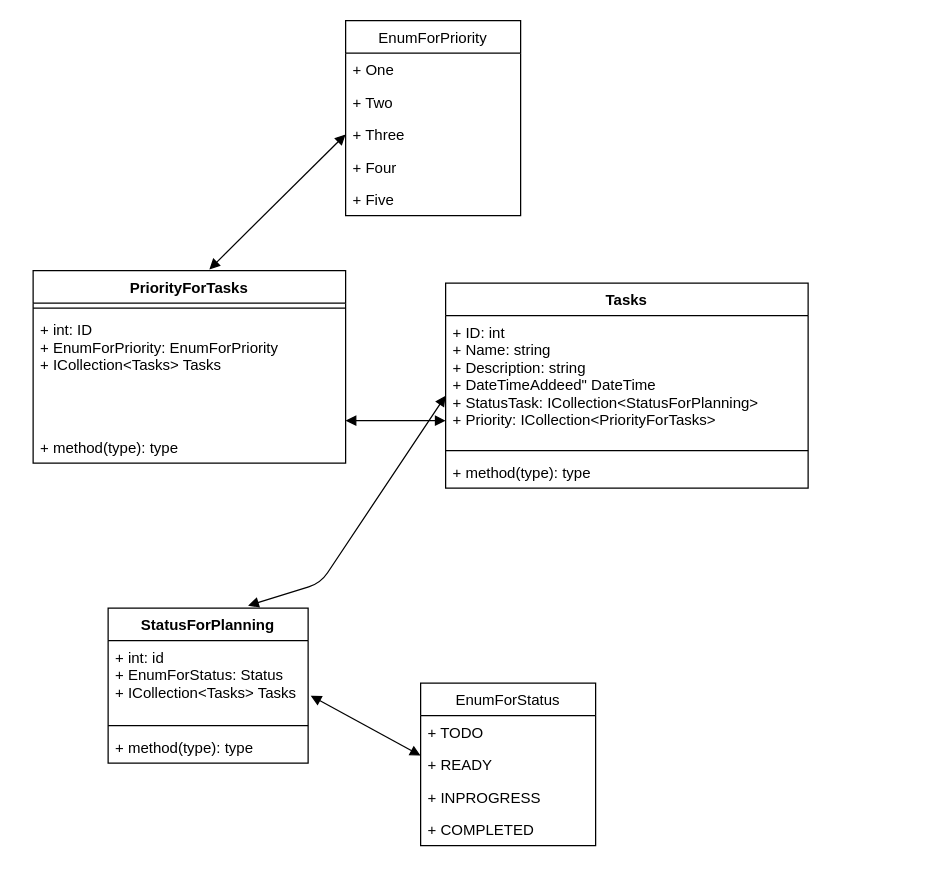
Before: Untitled Diagram.drawio in Lera19/PlanningSystem, a draw.io diagram. Source tidied: cells renumbered, new cells numbered last; positions are measured from the earlier drawing's top-left corner, leaving out a move shared by most shapes. Both pictures are drawn from the tidied source at 125%, with x=0, y=0 at pixel (32, 20).
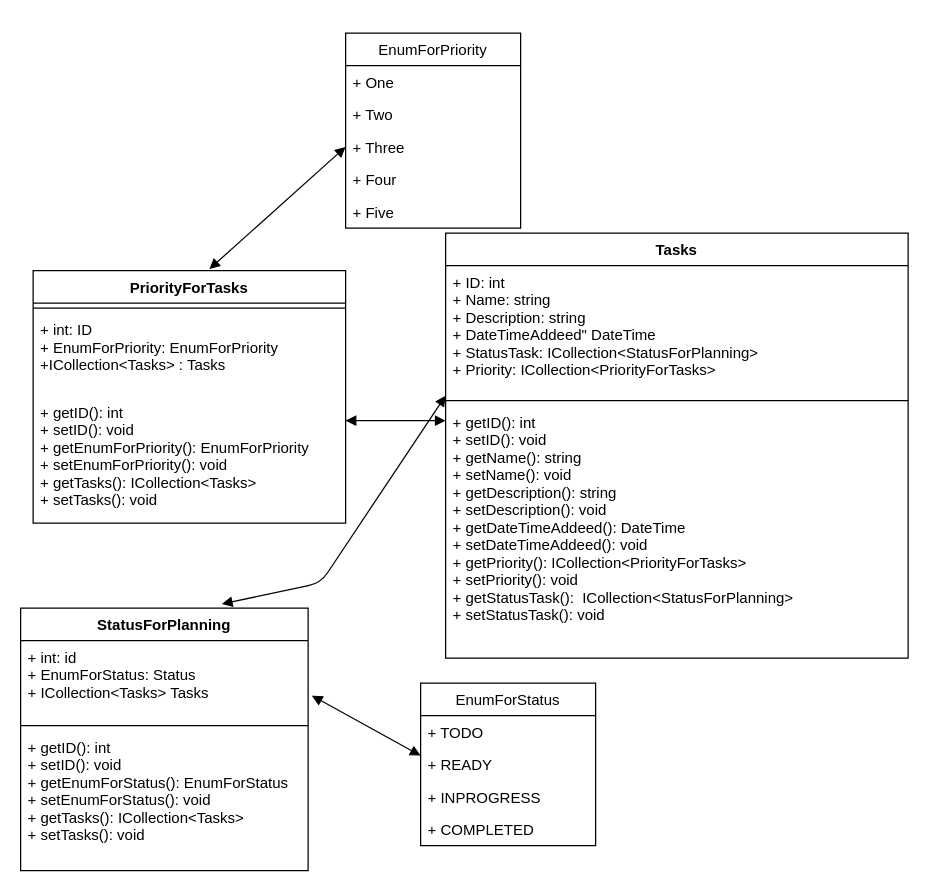
The same page after the edit.

Change to the diagram source:
```diff
@@
     <mxCell id="2" value="PriorityForTasks" style="swimlane;fontStyle=1;align=center;verticalAlign=top;horizontal=1;startSize=26;" parent="1" vertex="1">
-      <mxGeometry y="200" width="250" height="154" as="geometry" />
+      <mxGeometry y="200" width="250" height="202" as="geometry" />
     </mxCell>
@@
-    <mxCell id="4" value="+ int: ID&#10;+ EnumForPriority: EnumForPriority&#10;+ ICollection&lt;Tasks&gt; Tasks&#10;" style="text;strokeColor=none;fillColor=none;align=left;verticalAlign=top;spacingLeft=4;spacingRight=4;overflow=hidden;" parent="2" vertex="1">
-      <mxGeometry y="34" width="250" height="94" as="geometry" />
+    <mxCell id="4" value="+ int: ID&#10;+ EnumForPriority: EnumForPriority&#10;+ICollection&lt;Tasks&gt; : Tasks&#10;" style="text;strokeColor=none;fillColor=none;align=left;verticalAlign=top;spacingLeft=4;spacingRight=4;overflow=hidden;" parent="2" vertex="1">
+      <mxGeometry y="34" width="250" height="66" as="geometry" />
     </mxCell>
-    <mxCell id="5" value="+ method(type): type" style="text;strokeColor=none;fillColor=none;align=left;verticalAlign=top;spacingLeft=4;spacingRight=4;overflow=hidden;" parent="2" vertex="1">
-      <mxGeometry y="128" width="250" height="26" as="geometry" />
+    <mxCell id="5" value="+ getID(): int&#10;+ setID(): void&#10;+ getEnumForPriority(): EnumForPriority&#10;+ setEnumForPriority(): void&#10;+ getTasks(): ICollection&lt;Tasks&gt;&#10;+ setTasks(): void" style="text;strokeColor=none;fillColor=none;align=left;verticalAlign=top;spacingLeft=4;spacingRight=4;overflow=hidden;" parent="2" vertex="1">
+      <mxGeometry y="100" width="250" height="102" as="geometry" />
     </mxCell>
     <mxCell id="6" value="StatusForPlanning" style="swimlane;fontStyle=1;align=center;verticalAlign=top;horizontal=1;startSize=26;" parent="1" vertex="1">
-      <mxGeometry x="60" y="470" width="160" height="124" as="geometry" />
+      <mxGeometry x="-10" y="470" width="230" height="210" as="geometry" />
     </mxCell>
     <mxCell id="7" value="+ int: id&#10;+ EnumForStatus: Status&#10;+ ICollection&lt;Tasks&gt; Tasks" style="text;strokeColor=none;fillColor=none;align=left;verticalAlign=top;spacingLeft=4;spacingRight=4;overflow=hidden;points=[[0,0.5],[1,0.5]];portConstraint=eastwest;" parent="6" vertex="1">
-      <mxGeometry y="26" width="160" height="64" as="geometry" />
+      <mxGeometry y="26" width="230" height="64" as="geometry" />
     </mxCell>
     <mxCell id="8" style="line;strokeWidth=1;fillColor=none;align=left;verticalAlign=middle;spacingTop=-1;spacingLeft=3;spacingRight=3;labelPosition=right;" parent="6" vertex="1">
-      <mxGeometry y="90" width="160" height="8" as="geometry" />
+      <mxGeometry y="90" width="230" height="8" as="geometry" />
     </mxCell>
-    <mxCell id="9" value="+ method(type): type" style="text;strokeColor=none;fillColor=none;align=left;verticalAlign=top;spacingLeft=4;spacingRight=4;overflow=hidden;" parent="6" vertex="1">
-      <mxGeometry y="98" width="160" height="26" as="geometry" />
+    <mxCell id="9" value="+ getID(): int&#10;+ setID(): void&#10;+ getEnumForStatus(): EnumForStatus&#10;+ setEnumForStatus(): void&#10;+ getTasks(): ICollection&lt;Tasks&gt;&#10;+ setTasks(): void" style="text;strokeColor=none;fillColor=none;align=left;verticalAlign=top;spacingLeft=4;spacingRight=4;overflow=hidden;" parent="6" vertex="1">
+      <mxGeometry y="98" width="230" height="112" as="geometry" />
     </mxCell>
     <mxCell id="10" value="Tasks" style="swimlane;fontStyle=1;align=center;verticalAlign=top;horizontal=1;startSize=26;" parent="1" vertex="1">
-      <mxGeometry x="330" y="210" width="290" height="164" as="geometry" />
+      <mxGeometry x="330" y="170" width="370" height="340" as="geometry" />
     </mxCell>
     <mxCell id="11" value="+ ID: int&#10;+ Name: string&#10;+ Description: string&#10;+ DateTimeAddeed&quot; DateTime&#10;+ StatusTask: ICollection&lt;StatusForPlanning&gt;&#10;+ Priority: ICollection&lt;PriorityForTasks&gt;&#10;" style="text;strokeColor=none;fillColor=none;align=left;verticalAlign=top;spacingLeft=4;spacingRight=4;overflow=hidden;" parent="10" vertex="1">
-      <mxGeometry y="26" width="290" height="104" as="geometry" />
+      <mxGeometry y="26" width="370" height="104" as="geometry" />
     </mxCell>
     <mxCell id="12" style="line;strokeWidth=1;fillColor=none;align=left;verticalAlign=middle;spacingTop=-1;spacingLeft=3;spacingRight=3;labelPosition=right;" parent="10" vertex="1">
-      <mxGeometry y="130" width="290" height="8" as="geometry" />
+      <mxGeometry y="130" width="370" height="8" as="geometry" />
     </mxCell>
-    <mxCell id="13" value="+ method(type): type" style="text;strokeColor=none;fillColor=none;align=left;verticalAlign=top;spacingLeft=4;spacingRight=4;overflow=hidden;" parent="10" vertex="1">
-      <mxGeometry y="138" width="290" height="26" as="geometry" />
+    <mxCell id="13" value="+ getID(): int&#10;+ setID(): void&#10;+ getName(): string&#10;+ setName(): void&#10;+ getDescription(): string&#10;+ setDescription(): void&#10;+ getDateTimeAddeed(): DateTime&#10;+ setDateTimeAddeed(): void&#10;+ getPriority(): ICollection&lt;PriorityForTasks&gt;&#10;+ setPriority(): void&#10;+ getStatusTask():  ICollection&lt;StatusForPlanning&gt;&#10;+ setStatusTask(): void" style="text;strokeColor=none;fillColor=none;align=left;verticalAlign=top;spacingLeft=4;spacingRight=4;overflow=hidden;" parent="10" vertex="1">
+      <mxGeometry y="138" width="370" height="202" as="geometry" />
     </mxCell>
@@
     <mxCell id="16" value="EnumForPriority" style="swimlane;fontStyle=0;horizontal=1;startSize=26;fillColor=none;" parent="1" vertex="1">
-      <mxGeometry x="250" width="140" height="156" as="geometry" />
+      <mxGeometry x="250" y="10" width="140" height="156" as="geometry" />
     </mxCell>
```
